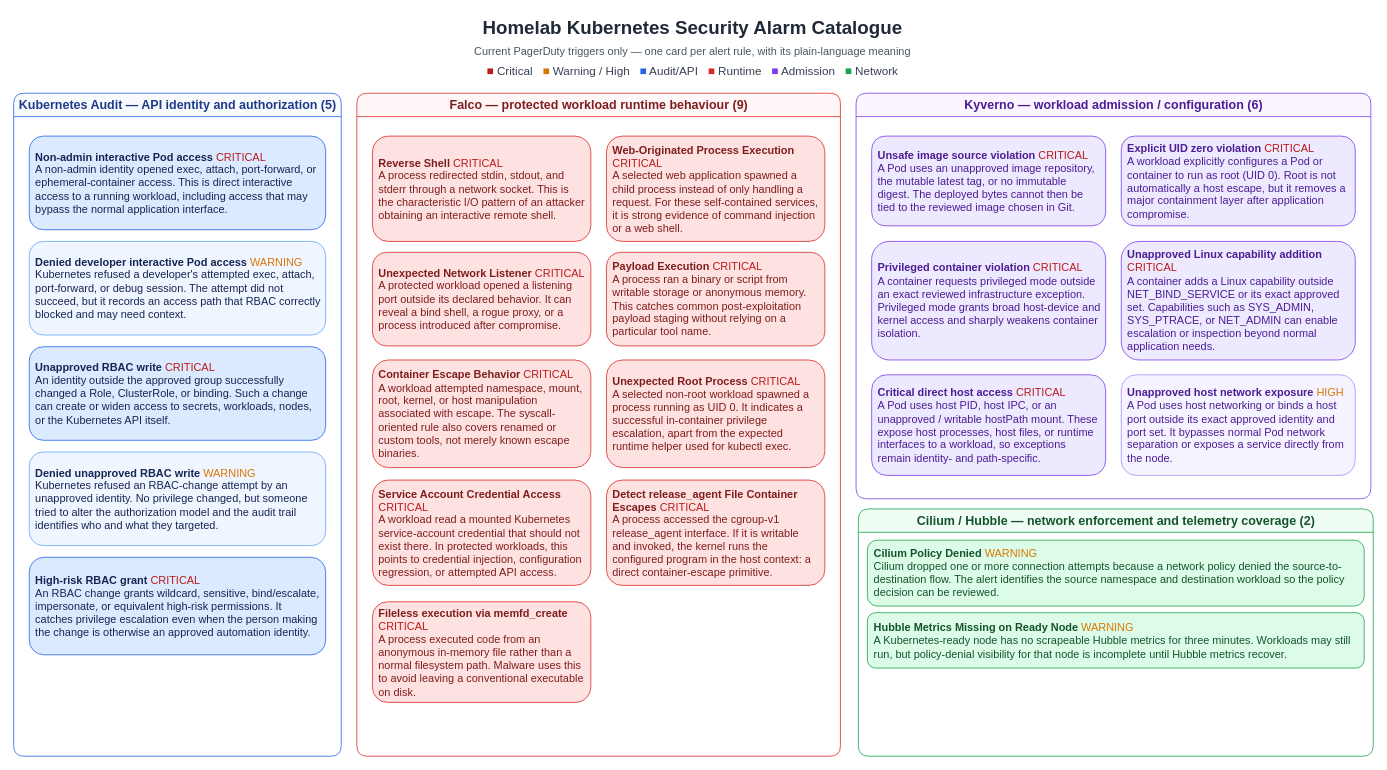
Above: visual/security-alarm-catalogue.drawio in EmrhT/ultimate-iac (draw.io), before the change. Source tidied: cells renumbered, new cells numbered last; positions are measured from the earlier drawing's top-left corner, leaving out a move shared by most shapes. Both pictures are drawn from the tidied source at 78%, with x=0, y=0 at pixel (13, 13).
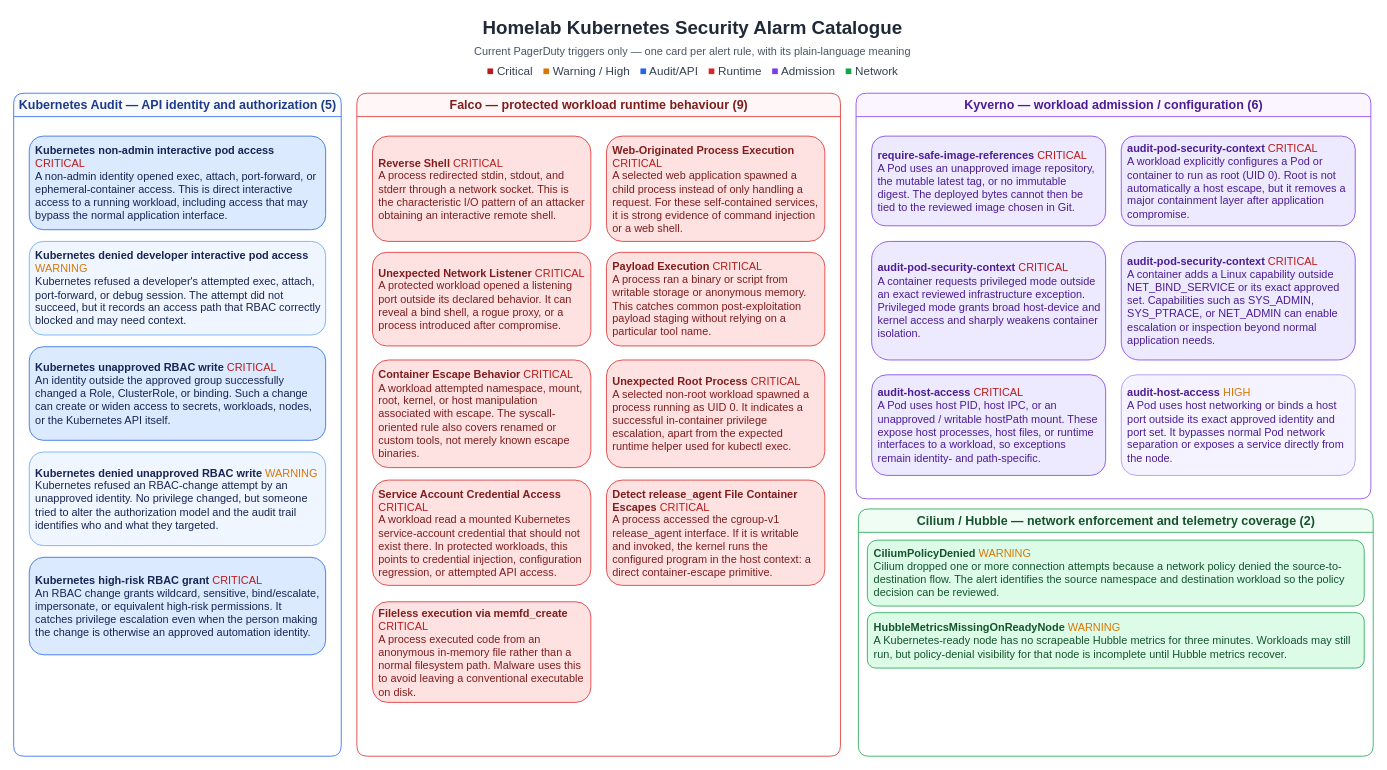
The same diagram, later.

Commit message:
update, security alarm catalogue drawio

The change refers to these unchanged cells:
```xml
<mxCell id="5" value="Kubernetes Audit — API identity and authorization (5)" style="swimlane;html=1;rounded=1;startSize=30;fillColor=#F8FAFC;strokeColor=#2563EB;fontStyle=1;fontColor=#1E3A8A;fontSize=16;" parent="1" vertex="1">
  <mxGeometry y="102" width="420" height="850" as="geometry" />
</mxCell>
<mxCell id="21" value="Kyverno — workload admission / configuration (6)" style="swimlane;html=1;rounded=1;startSize=30;fillColor=#FAF5FF;strokeColor=#7C3AED;fontStyle=1;fontColor=#4C1D95;fontSize=16;" parent="1" vertex="1">
  <mxGeometry x="1080" y="102" width="660" height="520" as="geometry" />
</mxCell>
<mxCell id="28" value="Cilium / Hubble — network enforcement and telemetry coverage (2)" style="swimlane;html=1;rounded=1;startSize=30;fillColor=#F0FDF4;strokeColor=#16A34A;fontStyle=1;fontColor=#14532D;fontSize=16;" parent="1" vertex="1">
  <mxGeometry x="1083" y="635" width="660" height="317" as="geometry" />
</mxCell>
```

The edit, as a diff of the source:
```diff
@@
-    <mxCell id="6" value="&lt;b&gt;Non-admin interactive Pod access&lt;/b&gt; &lt;font color=&quot;#B91C1C&quot; style=&quot;--darkreader-inline-color: var(--darkreader-text-b91c1c, #e55151);&quot;&gt;CRITICAL&lt;/font&gt;&lt;br&gt;&lt;font&gt;A non-admin identity opened exec, attach, port-forward, or ephemeral-container access. This is direct interactive access to a running workload, including access that may bypass the normal application interface.&lt;/font&gt;" style="rounded=1;whiteSpace=wrap;html=1;fillColor=#DBEAFE;strokeColor=#2563EB;fontColor=#172554;align=left;spacing=8;fontSize=14;" parent="5" vertex="1">
+    <mxCell id="6" value="&lt;b&gt;Kubernetes non-admin interactive pod access&lt;/b&gt; &lt;font color=&quot;#B91C1C&quot; style=&quot;--darkreader-inline-color: var(--darkreader-text-b91c1c, #e55151);&quot;&gt;CRITICAL&lt;/font&gt;&lt;br&gt;&lt;font&gt;A non-admin identity opened exec, attach, port-forward, or ephemeral-container access. This is direct interactive access to a running workload, including access that may bypass the normal application interface.&lt;/font&gt;" style="rounded=1;whiteSpace=wrap;html=1;fillColor=#DBEAFE;strokeColor=#2563EB;fontColor=#172554;align=left;spacing=8;fontSize=14;" parent="5" vertex="1">
       <mxGeometry x="20" y="55" width="380" height="120" as="geometry" />
     </mxCell>
-    <mxCell id="7" value="&lt;b&gt;Denied developer interactive Pod access&lt;/b&gt; &lt;font color=&quot;#D97706&quot;&gt;WARNING&lt;/font&gt;&lt;br&gt;&lt;font&gt;Kubernetes refused a developer's attempted exec, attach, port-forward, or debug session. The attempt did not succeed, but it records an access path that RBAC correctly blocked and may need context.&lt;/font&gt;" style="rounded=1;whiteSpace=wrap;html=1;fillColor=#EFF6FF;strokeColor=#60A5FA;fontColor=#172554;align=left;spacing=8;fontSize=14;" parent="5" vertex="1">
+    <mxCell id="7" value="&lt;b&gt;Kubernetes denied developer interactive pod access&lt;/b&gt; &lt;font color=&quot;#D97706&quot;&gt;WARNING&lt;/font&gt;&lt;br&gt;&lt;font&gt;Kubernetes refused a developer's attempted exec, attach, port-forward, or debug session. The attempt did not succeed, but it records an access path that RBAC correctly blocked and may need context.&lt;/font&gt;" style="rounded=1;whiteSpace=wrap;html=1;fillColor=#EFF6FF;strokeColor=#60A5FA;fontColor=#172554;align=left;spacing=8;fontSize=14;" parent="5" vertex="1">
       <mxGeometry x="20" y="190" width="380" height="120" as="geometry" />
     </mxCell>
-    <mxCell id="8" value="&lt;b&gt;Unapproved RBAC write&lt;/b&gt; &lt;font color=&quot;#B91C1C&quot;&gt;CRITICAL&lt;/font&gt;&lt;br&gt;&lt;font&gt;An identity outside the approved group successfully changed a Role, ClusterRole, or binding. Such a change can create or widen access to secrets, workloads, nodes, or the Kubernetes API itself.&lt;/font&gt;" style="rounded=1;whiteSpace=wrap;html=1;fillColor=#DBEAFE;strokeColor=#2563EB;fontColor=#172554;align=left;spacing=8;fontSize=14;" parent="5" vertex="1">
+    <mxCell id="8" value="&lt;b&gt;Kubernetes unapproved RBAC write&lt;/b&gt; &lt;font color=&quot;#B91C1C&quot;&gt;CRITICAL&lt;/font&gt;&lt;br&gt;&lt;font&gt;An identity outside the approved group successfully changed a Role, ClusterRole, or binding. Such a change can create or widen access to secrets, workloads, nodes, or the Kubernetes API itself.&lt;/font&gt;" style="rounded=1;whiteSpace=wrap;html=1;fillColor=#DBEAFE;strokeColor=#2563EB;fontColor=#172554;align=left;spacing=8;fontSize=14;" parent="5" vertex="1">
       <mxGeometry x="20" y="325" width="380" height="120" as="geometry" />
     </mxCell>
-    <mxCell id="9" value="&lt;b&gt;Denied unapproved RBAC write&lt;/b&gt; &lt;font color=&quot;#D97706&quot;&gt;WARNING&lt;/font&gt;&lt;br&gt;&lt;font&gt;Kubernetes refused an RBAC-change attempt by an unapproved identity. No privilege changed, but someone tried to alter the authorization model and the audit trail identifies who and what they targeted.&lt;/font&gt;" style="rounded=1;whiteSpace=wrap;html=1;fillColor=#EFF6FF;strokeColor=#60A5FA;fontColor=#172554;align=left;spacing=8;fontSize=14;" parent="5" vertex="1">
+    <mxCell id="9" value="&lt;b&gt;Kubernetes denied unapproved RBAC write&lt;/b&gt; &lt;font color=&quot;#D97706&quot;&gt;WARNING&lt;/font&gt;&lt;br&gt;&lt;font&gt;Kubernetes refused an RBAC-change attempt by an unapproved identity. No privilege changed, but someone tried to alter the authorization model and the audit trail identifies who and what they targeted.&lt;/font&gt;" style="rounded=1;whiteSpace=wrap;html=1;fillColor=#EFF6FF;strokeColor=#60A5FA;fontColor=#172554;align=left;spacing=8;fontSize=14;" parent="5" vertex="1">
       <mxGeometry x="20" y="460" width="380" height="120" as="geometry" />
     </mxCell>
-    <mxCell id="10" value="&lt;b&gt;High-risk RBAC grant&lt;/b&gt; &lt;font color=&quot;#B91C1C&quot;&gt;CRITICAL&lt;/font&gt;&lt;br&gt;&lt;font&gt;An RBAC change grants wildcard, sensitive, bind/escalate, impersonate, or equivalent high-risk permissions. It catches privilege escalation even when the person making the change is otherwise an approved automation identity.&lt;/font&gt;" style="rounded=1;whiteSpace=wrap;html=1;fillColor=#DBEAFE;strokeColor=#2563EB;fontColor=#172554;align=left;spacing=8;fontSize=14;" parent="5" vertex="1">
+    <mxCell id="10" value="&lt;b&gt;Kubernetes high-risk RBAC grant&lt;/b&gt; &lt;font color=&quot;#B91C1C&quot;&gt;CRITICAL&lt;/font&gt;&lt;br&gt;&lt;font&gt;An RBAC change grants wildcard, sensitive, bind/escalate, impersonate, or equivalent high-risk permissions. It catches privilege escalation even when the person making the change is otherwise an approved automation identity.&lt;/font&gt;" style="rounded=1;whiteSpace=wrap;html=1;fillColor=#DBEAFE;strokeColor=#2563EB;fontColor=#172554;align=left;spacing=8;fontSize=14;" parent="5" vertex="1">
       <mxGeometry x="20" y="595" width="380" height="125" as="geometry" />
     </mxCell>
@@
-    <mxCell id="22" value="&lt;b&gt;Unsafe image source violation&lt;/b&gt; &lt;font color=&quot;#B91C1C&quot;&gt;CRITICAL&lt;/font&gt;&lt;br&gt;&lt;font&gt;A Pod uses an unapproved image repository, the mutable latest tag, or no immutable digest. The deployed bytes cannot then be tied to the reviewed image chosen in Git.&lt;/font&gt;" style="rounded=1;whiteSpace=wrap;html=1;fillColor=#EDE9FE;strokeColor=#7C3AED;fontColor=#4C1D95;align=left;spacing=8;fontSize=14;" parent="21" vertex="1">
+    <mxCell id="22" value="&lt;b&gt;require-safe-image-references&lt;/b&gt; &lt;font color=&quot;#B91C1C&quot;&gt;CRITICAL&lt;/font&gt;&lt;br&gt;&lt;font&gt;A Pod uses an unapproved image repository, the mutable latest tag, or no immutable digest. The deployed bytes cannot then be tied to the reviewed image chosen in Git.&lt;/font&gt;" style="rounded=1;whiteSpace=wrap;html=1;fillColor=#EDE9FE;strokeColor=#7C3AED;fontColor=#4C1D95;align=left;spacing=8;fontSize=14;" parent="21" vertex="1">
       <mxGeometry x="20" y="55" width="300" height="115" as="geometry" />
     </mxCell>
-    <mxCell id="23" value="&lt;b&gt;Explicit UID zero violation&lt;/b&gt; &lt;font color=&quot;#B91C1C&quot;&gt;CRITICAL&lt;/font&gt;&lt;br&gt;&lt;font&gt;A workload explicitly configures a Pod or container to run as root (UID 0). Root is not automatically a host escape, but it removes a major containment layer after application compromise.&lt;/font&gt;" style="rounded=1;whiteSpace=wrap;html=1;fillColor=#EDE9FE;strokeColor=#7C3AED;fontColor=#4C1D95;align=left;spacing=8;fontSize=14;" parent="21" vertex="1">
+    <mxCell id="23" value="&lt;b&gt;audit-pod-security-context&lt;/b&gt; &lt;font color=&quot;#B91C1C&quot;&gt;CRITICAL&lt;/font&gt;&lt;br&gt;&lt;font&gt;A workload explicitly configures a Pod or container to run as root (UID 0). Root is not automatically a host escape, but it removes a major containment layer after application compromise.&lt;/font&gt;" style="rounded=1;whiteSpace=wrap;html=1;fillColor=#EDE9FE;strokeColor=#7C3AED;fontColor=#4C1D95;align=left;spacing=8;fontSize=14;" parent="21" vertex="1">
       <mxGeometry x="340" y="55" width="300" height="115" as="geometry" />
     </mxCell>
-    <mxCell id="24" value="&lt;b&gt;Privileged container violation&lt;/b&gt; &lt;font color=&quot;#B91C1C&quot;&gt;CRITICAL&lt;/font&gt;&lt;br&gt;&lt;font&gt;A container requests privileged mode outside an exact reviewed infrastructure exception. Privileged mode grants broad host-device and kernel access and sharply weakens container isolation.&lt;/font&gt;" style="rounded=1;whiteSpace=wrap;html=1;fillColor=#EDE9FE;strokeColor=#7C3AED;fontColor=#4C1D95;align=left;spacing=8;fontSize=14;" parent="21" vertex="1">
+    <mxCell id="24" value="&lt;b&gt;audit-pod-security-context&lt;/b&gt; &lt;font color=&quot;#B91C1C&quot;&gt;CRITICAL&lt;/font&gt;&lt;br&gt;&lt;font&gt;A container requests privileged mode outside an exact reviewed infrastructure exception. Privileged mode grants broad host-device and kernel access and sharply weakens container isolation.&lt;/font&gt;" style="rounded=1;whiteSpace=wrap;html=1;fillColor=#EDE9FE;strokeColor=#7C3AED;fontColor=#4C1D95;align=left;spacing=8;fontSize=14;" parent="21" vertex="1">
       <mxGeometry x="20" y="190" width="300" height="152" as="geometry" />
     </mxCell>
-    <mxCell id="25" value="&lt;b&gt;Unapproved Linux capability addition&lt;/b&gt; &lt;font color=&quot;#B91C1C&quot;&gt;CRITICAL&lt;/font&gt;&lt;br&gt;&lt;font&gt;A container adds a Linux capability outside NET_BIND_SERVICE or its exact approved set. Capabilities such as SYS_ADMIN, SYS_PTRACE, or NET_ADMIN can enable escalation or inspection beyond normal application needs.&lt;/font&gt;" style="rounded=1;whiteSpace=wrap;html=1;fillColor=#EDE9FE;strokeColor=#7C3AED;fontColor=#4C1D95;align=left;spacing=8;fontSize=14;" parent="21" vertex="1">
+    <mxCell id="25" value="&lt;b&gt;audit-pod-security-context&lt;/b&gt; &lt;font color=&quot;#B91C1C&quot;&gt;CRITICAL&lt;/font&gt;&lt;br&gt;&lt;font&gt;A container adds a Linux capability outside NET_BIND_SERVICE or its exact approved set. Capabilities such as SYS_ADMIN, SYS_PTRACE, or NET_ADMIN can enable escalation or inspection beyond normal application needs.&lt;/font&gt;" style="rounded=1;whiteSpace=wrap;html=1;fillColor=#EDE9FE;strokeColor=#7C3AED;fontColor=#4C1D95;align=left;spacing=8;fontSize=14;" parent="21" vertex="1">
       <mxGeometry x="340" y="190" width="300" height="152" as="geometry" />
     </mxCell>
-    <mxCell id="26" value="&lt;b&gt;Critical direct host access&lt;/b&gt; &lt;font color=&quot;#B91C1C&quot;&gt;CRITICAL&lt;/font&gt;&lt;br&gt;&lt;font&gt;A Pod uses host PID, host IPC, or an unapproved / writable hostPath mount. These expose host processes, host files, or runtime interfaces to a workload, so exceptions remain identity- and path-specific.&lt;/font&gt;" style="rounded=1;whiteSpace=wrap;html=1;fillColor=#EDE9FE;strokeColor=#7C3AED;fontColor=#4C1D95;align=left;spacing=8;fontSize=14;" parent="21" vertex="1">
+    <mxCell id="26" value="&lt;b&gt;audit-host-access&lt;/b&gt; &lt;font color=&quot;#B91C1C&quot;&gt;CRITICAL&lt;/font&gt;&lt;br&gt;&lt;font&gt;A Pod uses host PID, host IPC, or an unapproved / writable hostPath mount. These expose host processes, host files, or runtime interfaces to a workload, so exceptions remain identity- and path-specific.&lt;/font&gt;" style="rounded=1;whiteSpace=wrap;html=1;fillColor=#EDE9FE;strokeColor=#7C3AED;fontColor=#4C1D95;align=left;spacing=8;fontSize=14;" parent="21" vertex="1">
       <mxGeometry x="20" y="361" width="300" height="129" as="geometry" />
     </mxCell>
-    <mxCell id="27" value="&lt;b&gt;Unapproved host network exposure&lt;/b&gt; &lt;font color=&quot;#D97706&quot;&gt;HIGH&lt;/font&gt;&lt;br&gt;&lt;font&gt;A Pod uses host networking or binds a host port outside its exact approved identity and port set. It bypasses normal Pod network separation or exposes a service directly from the node.&lt;/font&gt;" style="rounded=1;whiteSpace=wrap;html=1;fillColor=#F5F3FF;strokeColor=#A78BFA;fontColor=#4C1D95;align=left;spacing=8;fontSize=14;" parent="21" vertex="1">
+    <mxCell id="27" value="&lt;b&gt;audit-host-access&lt;/b&gt; &lt;font color=&quot;#D97706&quot;&gt;HIGH&lt;/font&gt;&lt;br&gt;&lt;font&gt;A Pod uses host networking or binds a host port outside its exact approved identity and port set. It bypasses normal Pod network separation or exposes a service directly from the node.&lt;/font&gt;" style="rounded=1;whiteSpace=wrap;html=1;fillColor=#F5F3FF;strokeColor=#A78BFA;fontColor=#4C1D95;align=left;spacing=8;fontSize=14;" parent="21" vertex="1">
       <mxGeometry x="340" y="361" width="300" height="129" as="geometry" />
     </mxCell>
@@
-    <mxCell id="29" value="&lt;b&gt;Cilium Policy Denied&lt;/b&gt; &lt;font color=&quot;#D97706&quot;&gt;WARNING&lt;/font&gt;&lt;br&gt;&lt;font&gt;Cilium dropped one or more connection attempts because a network policy denied the source-to-destination flow. The alert identifies the source namespace and destination workload so the policy decision can be reviewed.&lt;/font&gt;" style="rounded=1;whiteSpace=wrap;html=1;fillColor=#DCFCE7;strokeColor=#16A34A;fontColor=#14532D;align=left;spacing=8;fontSize=14;" parent="28" vertex="1">
+    <mxCell id="29" value="&lt;b&gt;CiliumPolicyDenied&lt;/b&gt; &lt;font color=&quot;#D97706&quot;&gt;WARNING&lt;/font&gt;&lt;br&gt;&lt;font&gt;Cilium dropped one or more connection attempts because a network policy denied the source-to-destination flow. The alert identifies the source namespace and destination workload so the policy decision can be reviewed.&lt;/font&gt;" style="rounded=1;whiteSpace=wrap;html=1;fillColor=#DCFCE7;strokeColor=#16A34A;fontColor=#14532D;align=left;spacing=8;fontSize=14;" parent="28" vertex="1">
       <mxGeometry x="11.5" y="40" width="637" height="84.5" as="geometry" />
     </mxCell>
-    <mxCell id="30" value="&lt;b&gt;Hubble Metrics Missing on Ready Node&lt;/b&gt; &lt;font color=&quot;#D97706&quot;&gt;WARNING&lt;/font&gt;&lt;br&gt;&lt;font&gt;A Kubernetes-ready node has no scrapeable Hubble metrics for three minutes. Workloads may still run, but policy-denial visibility for that node is incomplete until Hubble metrics recover.&lt;/font&gt;" style="rounded=1;whiteSpace=wrap;html=1;fillColor=#DCFCE7;strokeColor=#16A34A;fontColor=#14532D;align=left;spacing=8;fontSize=14;" parent="28" vertex="1">
+    <mxCell id="30" value="&lt;b&gt;HubbleMetricsMissingOnReadyNode&lt;/b&gt; &lt;font color=&quot;#D97706&quot;&gt;WARNING&lt;/font&gt;&lt;br&gt;&lt;font&gt;A Kubernetes-ready node has no scrapeable Hubble metrics for three minutes. Workloads may still run, but policy-denial visibility for that node is incomplete until Hubble metrics recover.&lt;/font&gt;" style="rounded=1;whiteSpace=wrap;html=1;fillColor=#DCFCE7;strokeColor=#16A34A;fontColor=#14532D;align=left;spacing=8;fontSize=14;" parent="28" vertex="1">
       <mxGeometry x="11.5" y="133" width="637" height="71" as="geometry" />
     </mxCell>
```
